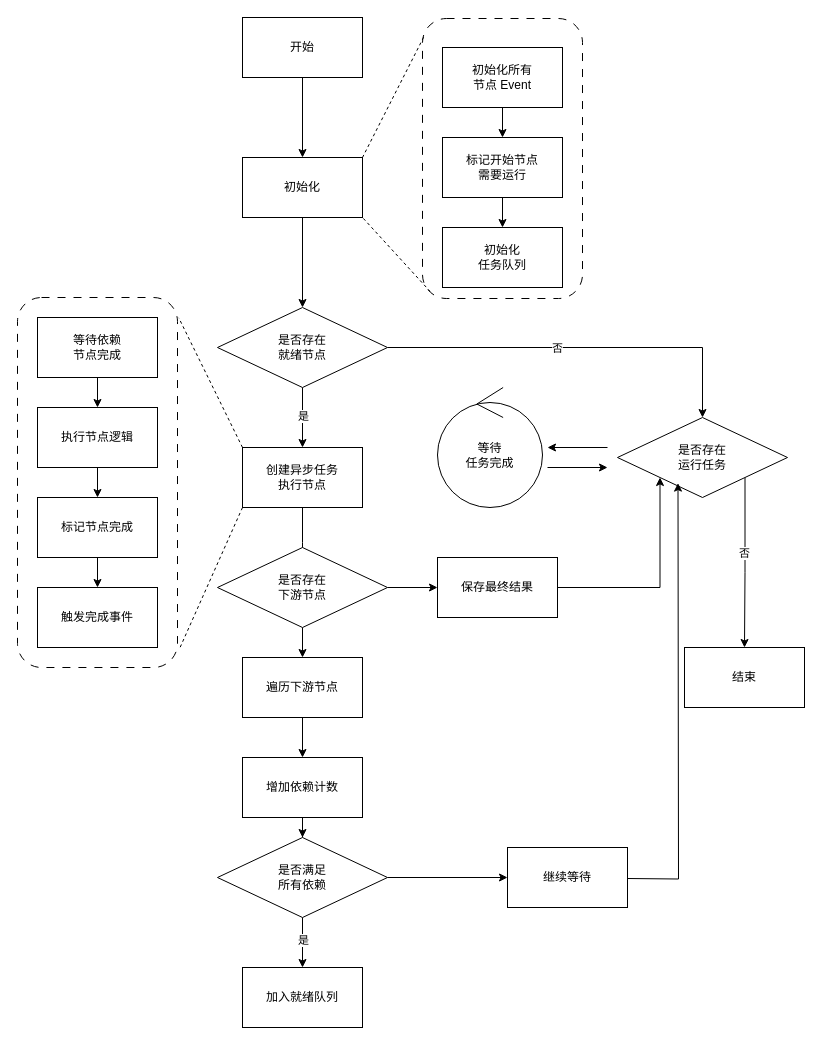
This is ED-BFS算法.drawio from huaxiaojilzg/workflow_draw, a draw.io file, before an edit. Source tidied: cells renumbered, new cells numbered last; positions are measured from the earlier drawing's top-left corner, leaving out a move shared by most shapes. Both pictures are drawn from the tidied source at 100%, with x=0, y=0 at pixel (17, 17).
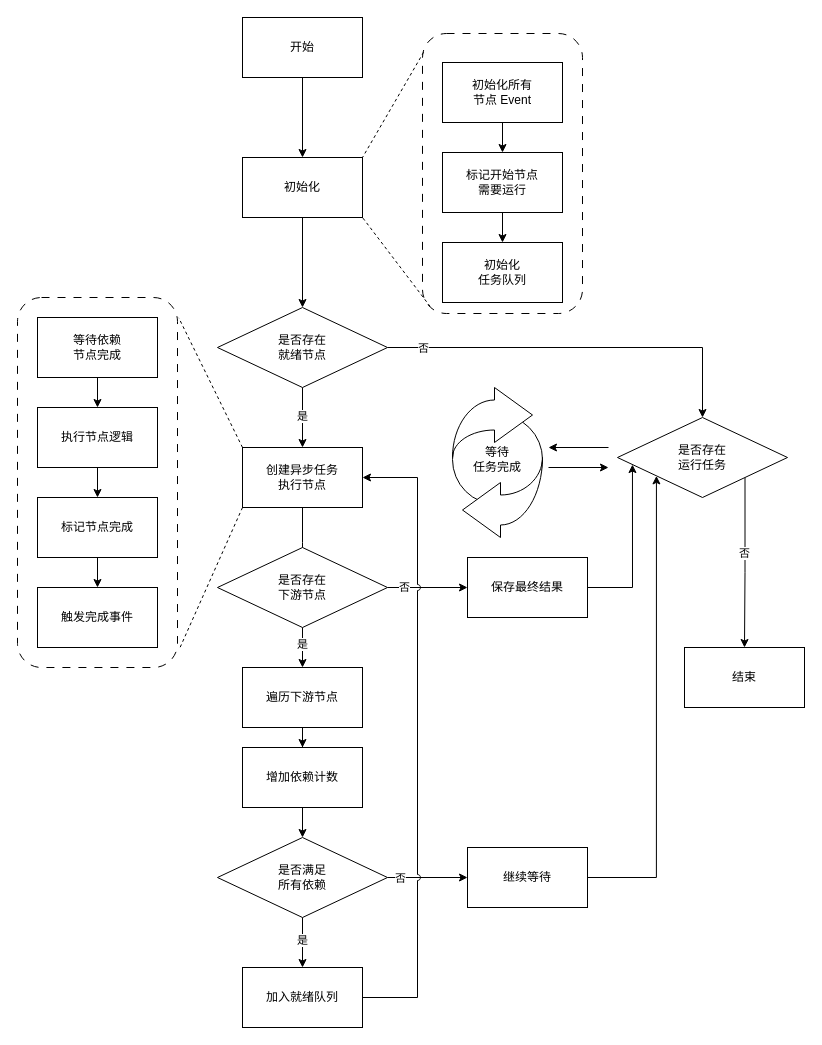
The same page after the edit.

Unchanged cells that the change refers to:
```xml
<mxCell id="4" style="edgeStyle=orthogonalEdgeStyle;rounded=0;jettySize=auto;html=1;" parent="1" edge="1" source="8" target="10">
  <mxGeometry relative="1" as="geometry" />
</mxCell>
<mxCell id="6" style="edgeStyle=orthogonalEdgeStyle;rounded=0;jettySize=auto;html=1;" parent="1" edge="1" source="8" target="13">
  <mxGeometry relative="1" as="geometry" />
</mxCell>
<mxCell id="10" value="创建异步任务&lt;div&gt;执行节点&lt;/div&gt;" style="whiteSpace=wrap;html=1;rounded=0;" parent="1" vertex="1">
  <mxGeometry x="225" y="430" width="120" height="60" as="geometry" />
</mxCell>
<mxCell id="13" value="是否存在&lt;div&gt;运行任务&lt;/div&gt;" style="rhombus;whiteSpace=wrap;html=1;rounded=0;" parent="1" vertex="1">
  <mxGeometry x="600" y="400" width="170" height="80" as="geometry" />
</mxCell>
<mxCell id="26" style="edgeStyle=orthogonalEdgeStyle;rounded=0;jettySize=auto;html=1;" parent="1" edge="1" source="37" target="41">
  <mxGeometry relative="1" as="geometry" />
</mxCell>
<mxCell id="37" value="是否存在&lt;div&gt;下游节点&lt;/div&gt;" style="rhombus;whiteSpace=wrap;html=1;rounded=0;" parent="1" vertex="1">
  <mxGeometry x="200" y="530" width="170" height="80" as="geometry" />
</mxCell>
<mxCell id="46" style="edgeStyle=orthogonalEdgeStyle;rounded=0;jettySize=auto;html=1;" parent="1" edge="1" source="49" target="50">
  <mxGeometry relative="1" as="geometry" />
</mxCell>
<mxCell id="49" value="是否满足&lt;br&gt;所有依赖" style="rhombus;whiteSpace=wrap;html=1;rounded=0;" parent="1" vertex="1">
  <mxGeometry x="200" y="820" width="170" height="80" as="geometry" />
</mxCell>
<mxCell id="50" value="加入就绪队列" style="whiteSpace=wrap;html=1;rounded=0;" parent="1" vertex="1">
  <mxGeometry x="225" y="950" width="120" height="60" as="geometry" />
</mxCell>
```

What changed in the source:
```diff
@@
     <mxCell id="5" value="是" style="edgeLabel;html=1;align=center;verticalAlign=middle;" parent="4" vertex="1">
-      <mxGeometry x="-0.08" relative="1" as="geometry" />
+      <mxGeometry x="-0.08" relative="1" as="geometry">
+        <mxPoint x="-1" as="offset" />
+      </mxGeometry>
     </mxCell>
@@
     <mxCell id="7" value="否" style="edgeLabel;html=1;align=center;verticalAlign=middle;" parent="6" vertex="1">
-      <mxGeometry x="-0.12" relative="1" as="geometry" />
+      <mxGeometry x="-0.12" relative="1" as="geometry">
+        <mxPoint x="-134" as="offset" />
+      </mxGeometry>
     </mxCell>
@@
     <mxCell id="17" style="group;" parent="1" vertex="1">
-      <mxGeometry x="405" y="10" width="160" height="280" as="geometry" />
+      <mxGeometry x="405" y="25" width="160" height="280" as="geometry" />
     </mxCell>
@@
+    <mxCell id="58" value="是" style="edgeLabel;html=1;align=center;verticalAlign=middle;" parent="26" vertex="1">
+      <mxGeometry x="-0.22" relative="1" as="geometry">
+        <mxPoint x="-1" as="offset" />
+      </mxGeometry>
+    </mxCell>
-    <mxCell id="27" style="edgeStyle=orthogonalEdgeStyle;rounded=0;jettySize=auto;html=1;" parent="1" edge="1" source="37" target="43">
+    <mxCell id="27" style="edgeStyle=orthogonalEdgeStyle;rounded=0;jettySize=auto;html=1;jumpStyle=arc;" parent="1" edge="1" source="37" target="43">
       <mxGeometry relative="1" as="geometry" />
     </mxCell>
+    <mxCell id="59" value="否" style="edgeLabel;html=1;align=center;verticalAlign=middle;" parent="27" vertex="1">
+      <mxGeometry x="-0.53" y="1" relative="1" as="geometry">
+        <mxPoint x="-3" as="offset" />
+      </mxGeometry>
+    </mxCell>
@@
     <mxCell id="41" value="遍历下游节点" style="whiteSpace=wrap;html=1;rounded=0;" parent="1" vertex="1">
-      <mxGeometry x="225" y="640" width="120" height="60" as="geometry" />
+      <mxGeometry x="225" y="650" width="120" height="60" as="geometry" />
     </mxCell>
-    <mxCell id="42" style="edgeStyle=orthogonalEdgeStyle;rounded=0;jettySize=auto;html=1;exitX=1;exitY=0.5;exitDx=0;exitDy=0;entryX=0;entryY=1;entryDx=0;entryDy=0;" parent="1" edge="1" source="43" target="13">
-      <mxGeometry relative="1" as="geometry" />
-    </mxCell>
     <mxCell id="43" value="保存最终结果" style="whiteSpace=wrap;html=1;rounded=0;" parent="1" vertex="1">
-      <mxGeometry x="420" y="540" width="120" height="60" as="geometry" />
+      <mxGeometry x="450" y="540" width="120" height="60" as="geometry" />
     </mxCell>
@@
     <mxCell id="45" value="增加依赖计数" style="whiteSpace=wrap;html=1;rounded=0;" parent="1" vertex="1">
-      <mxGeometry x="225" y="740" width="120" height="60" as="geometry" />
+      <mxGeometry x="225" y="730" width="120" height="60" as="geometry" />
     </mxCell>
@@
     <mxCell id="47" value="是" style="edgeLabel;html=1;align=center;verticalAlign=middle;" parent="46" vertex="1">
       <mxGeometry x="-0.11" y="1" relative="1" as="geometry">
-        <mxPoint x="-1" as="offset" />
+        <mxPoint x="-2" as="offset" />
       </mxGeometry>
     </mxCell>
-    <mxCell id="48" style="edgeStyle=orthogonalEdgeStyle;rounded=0;jettySize=auto;html=1;" parent="1" edge="1" source="49" target="51">
+    <mxCell id="48" style="edgeStyle=orthogonalEdgeStyle;rounded=0;jettySize=auto;html=1;jumpStyle=arc;" parent="1" edge="1" source="49" target="51">
       <mxGeometry relative="1" as="geometry" />
     </mxCell>
+    <mxCell id="60" value="否" style="edgeLabel;html=1;align=center;verticalAlign=middle;" parent="48" vertex="1">
+      <mxGeometry x="-0.14" relative="1" as="geometry">
+        <mxPoint x="-22" as="offset" />
+      </mxGeometry>
+    </mxCell>
@@
+    <mxCell id="61" style="edgeStyle=orthogonalEdgeStyle;rounded=0;jettySize=auto;html=1;exitX=1;exitY=0.5;exitDx=0;exitDy=0;entryX=1;entryY=0.5;entryDx=0;entryDy=0;jumpStyle=arc;" parent="1" edge="1" source="50" target="10">
+      <mxGeometry relative="1" as="geometry">
+        <Array as="points">
+          <mxPoint x="400" y="980" />
+          <mxPoint x="400" y="460" />
+        </Array>
+      </mxGeometry>
+    </mxCell>
@@
     <mxCell id="51" value="继续等待" style="whiteSpace=wrap;html=1;rounded=0;" parent="1" vertex="1">
-      <mxGeometry x="490" y="830" width="120" height="60" as="geometry" />
+      <mxGeometry x="450" y="830" width="120" height="60" as="geometry" />
     </mxCell>
-    <mxCell id="52" value="等待&lt;div&gt;任务完成&lt;/div&gt;" style="ellipse;shape=umlControl;whiteSpace=wrap;html=1;" parent="1" vertex="1">
-      <mxGeometry x="420" y="370" width="105" height="120" as="geometry" />
-    </mxCell>
@@
-    <mxCell id="54" style="edgeStyle=orthogonalEdgeStyle;rounded=0;orthogonalLoop=1;jettySize=auto;html=1;exitX=1;exitY=0.5;exitDx=0;exitDy=0;entryX=0.356;entryY=0.808;entryDx=0;entryDy=0;entryPerimeter=0;" parent="1" edge="1">
-      <mxGeometry relative="1" as="geometry">
-        <mxPoint x="610" y="861" as="sourcePoint" />
-        <mxPoint x="660.5" y="465.6" as="targetPoint" />
-      </mxGeometry>
-    </mxCell>
     <mxCell id="55" style="group;" parent="1" vertex="1">
-      <mxGeometry x="530" y="430" width="60" height="20" as="geometry" />
+      <mxGeometry x="531" y="430" width="61" height="20" as="geometry" />
     </mxCell>
@@
+    <mxCell id="52" value="等待&lt;div&gt;任务完成&lt;/div&gt;" style="ellipse;whiteSpace=wrap;html=1;" parent="1" vertex="1">
+      <mxGeometry x="435" y="397" width="90" height="90" as="geometry" />
+    </mxCell>
+    <mxCell id="62" style="html=1;shadow=0;dashed=0;align=center;verticalAlign=middle;shape=mxgraph.arrows2.jumpInArrow;dy=15;dx=38;arrowHead=55;strokeColor=#000000;" parent="1" vertex="1">
+      <mxGeometry x="435" y="370" width="80" height="70" as="geometry" />
+    </mxCell>
+    <mxCell id="63" style="html=1;shadow=0;dashed=0;align=center;verticalAlign=middle;shape=mxgraph.arrows2.jumpInArrow;dy=15;dx=38;arrowHead=55;direction=west;strokeColor=#000000;" parent="1" vertex="1">
+      <mxGeometry x="445" y="440" width="80" height="80" as="geometry" />
+    </mxCell>
+    <mxCell id="42" style="edgeStyle=orthogonalEdgeStyle;rounded=0;jettySize=auto;html=1;entryX=0.088;entryY=0.588;entryDx=0;entryDy=0;entryPerimeter=0;" parent="1" edge="1" source="43" target="13">
+      <mxGeometry relative="1" as="geometry" />
+    </mxCell>
+    <mxCell id="64" style="edgeStyle=orthogonalEdgeStyle;rounded=0;jettySize=auto;html=1;exitX=1;exitY=0.5;exitDx=0;exitDy=0;entryX=0.229;entryY=0.73;entryDx=0;entryDy=0;entryPerimeter=0;" parent="1" edge="1" source="51" target="13">
+      <mxGeometry relative="1" as="geometry" />
+    </mxCell>
```
